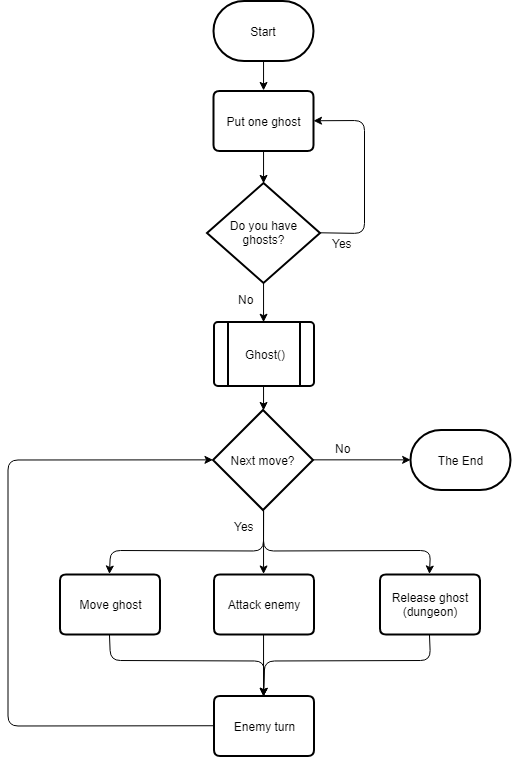
DianaNoia/18Ghosts keeps this draw.io diagram as Fluxo.png. Above is the earlier version. Source tidied: cells renumbered, new cells last; positions are measured from the earlier drawing's top-left corner, leaving out a move shared by most shapes.
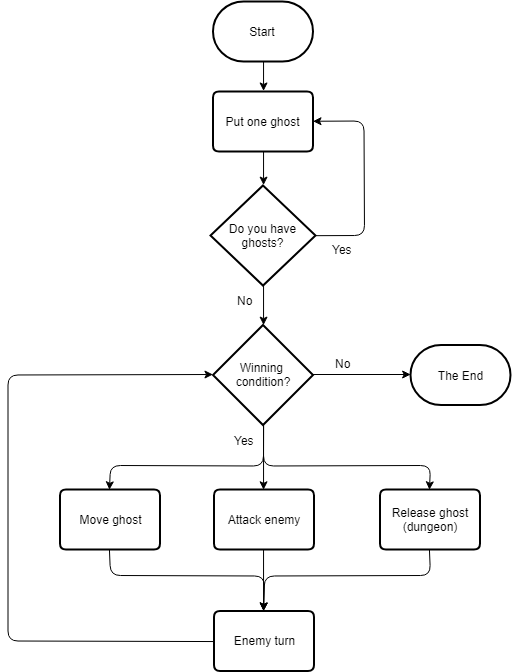
The same diagram one commit later.

Diff of the diagram source:
```diff
@@ -3,20 +3,17 @@
     <mxCell id="0" />
     <mxCell id="1" parent="0" />
     <mxCell id="2" value="Start" style="strokeWidth=2;html=1;shape=mxgraph.flowchart.terminator;whiteSpace=wrap;" parent="1" vertex="1">
-      <mxGeometry x="205" y="-0.5" width="100" height="60" as="geometry" />
+      <mxGeometry x="204.5" y="85" width="100" height="60" as="geometry" />
     </mxCell>
     <mxCell id="3" value="Do you have ghosts?" style="strokeWidth=2;html=1;shape=mxgraph.flowchart.decision;whiteSpace=wrap;" parent="1" vertex="1">
-      <mxGeometry x="198.5" y="181.5" width="113" height="100" as="geometry" />
+      <mxGeometry x="202" y="269" width="105" height="100" as="geometry" />
     </mxCell>
     <mxCell id="4" style="endArrow=classic;html=1;entryX=0.5;entryY=0;entryDx=0;entryDy=0;entryPerimeter=0;exitX=0.5;exitY=1;exitDx=0;exitDy=0;" parent="1" edge="1" source="23" target="3">
       <mxGeometry relative="1" as="geometry" />
     </mxCell>
     <mxCell id="5" value="Yes" style="text;html=1;align=center;verticalAlign=middle;spacingTop=-4;labelPosition=center;verticalLabelPosition=middle;" parent="1" vertex="1">
-      <mxGeometry x="318.5" y="233.5" width="30" height="20" as="geometry" />
+      <mxGeometry x="318" y="325" width="30" height="20" as="geometry" />
     </mxCell>
-    <mxCell id="6" value="Ghost()" style="verticalLabelPosition=middle;verticalAlign=middle;html=1;strokeWidth=2;shape=process;whiteSpace=wrap;rounded=1;size=0.14;arcSize=6;gradientColor=none;labelPosition=center;align=center;" parent="1" vertex="1">
-      <mxGeometry x="205.5" y="320.5" width="100" height="64" as="geometry" />
-    </mxCell>
     <mxCell id="7" style="endArrow=classic;html=1;entryX=0.5;entryY=0;entryDx=0;entryDy=0;exitX=0.5;exitY=1;exitDx=0;exitDy=0;exitPerimeter=0;" parent="1" edge="1" source="11" target="24">
       <mxGeometry relative="1" as="geometry" />
     </mxCell>
@@ -36,10 +33,7 @@
         </Array>
       </mxGeometry>
     </mxCell>
-    <mxCell id="10" style="endArrow=classic;html=1;entryX=0.5;entryY=0;entryDx=0;entryDy=0;entryPerimeter=0;exitX=0.5;exitY=1;exitDx=0;exitDy=0;" parent="1" edge="1" source="6" target="11">
-      <mxGeometry relative="1" as="geometry" />
-    </mxCell>
-    <mxCell id="11" value="Next move?" style="strokeWidth=2;html=1;shape=mxgraph.flowchart.decision;whiteSpace=wrap;gradientColor=none;" parent="1" vertex="1">
+    <mxCell id="11" value="Winning &lt;br&gt;condition?" style="strokeWidth=2;html=1;shape=mxgraph.flowchart.decision;whiteSpace=wrap;gradientColor=none;" parent="1" vertex="1">
       <mxGeometry x="204.5" y="408.5" width="100" height="100" as="geometry" />
     </mxCell>
     <mxCell id="12" style="endArrow=classic;html=1;exitX=0.5;exitY=1;exitDx=0;exitDy=0;entryX=0.5;entryY=0;entryDx=0;entryDy=0;" parent="1" edge="1" source="24" target="26">
@@ -73,11 +67,11 @@
     <mxCell id="18" value="The End" style="strokeWidth=2;html=1;shape=mxgraph.flowchart.terminator;whiteSpace=wrap;gradientColor=none;" parent="1" vertex="1">
       <mxGeometry x="402" y="428.5" width="100" height="60" as="geometry" />
     </mxCell>
-    <mxCell id="19" style="endArrow=classic;html=1;entryX=0.5;entryY=0;entryDx=0;entryDy=0;exitX=0.5;exitY=1;exitDx=0;exitDy=0;exitPerimeter=0;" parent="1" edge="1" source="3" target="6">
+    <mxCell id="19" style="endArrow=classic;html=1;exitX=0.5;exitY=1;exitDx=0;exitDy=0;exitPerimeter=0;entryX=0.5;entryY=0;entryDx=0;entryDy=0;entryPerimeter=0;" parent="1" edge="1" source="3" target="11">
       <mxGeometry relative="1" as="geometry" />
     </mxCell>
     <mxCell id="20" value="No" style="text;html=1;align=center;verticalAlign=middle;spacingTop=-4;labelPosition=center;verticalLabelPosition=middle;" parent="1" vertex="1">
-      <mxGeometry x="222.5" y="290" width="30" height="20" as="geometry" />
+      <mxGeometry x="222" y="375.5" width="30" height="20" as="geometry" />
     </mxCell>
     <mxCell id="21" style="endArrow=classic;html=1;exitX=0.5;exitY=1;exitDx=0;exitDy=0;exitPerimeter=0;entryX=0.5;entryY=0;entryDx=0;entryDy=0;" parent="1" edge="1" source="2" target="23">
       <mxGeometry relative="1" as="geometry" />
@@ -85,13 +79,13 @@
     <mxCell id="22" style="endArrow=classic;html=1;exitX=1;exitY=0.5;exitDx=0;exitDy=0;exitPerimeter=0;" parent="1" edge="1" source="3" target="23">
       <mxGeometry relative="1" as="geometry">
         <Array as="points">
-          <mxPoint x="356" y="232" />
-          <mxPoint x="356" y="119" />
+          <mxPoint x="356" y="319" />
+          <mxPoint x="355.5" y="204.5" />
         </Array>
       </mxGeometry>
     </mxCell>
     <mxCell id="23" value="Put one ghost&lt;br&gt;" style="verticalLabelPosition=middle;verticalAlign=middle;html=1;strokeWidth=2;shape=parallelogram;perimeter=parallelogramPerimeter;whiteSpace=wrap;rounded=1;arcSize=12;size=0;gradientColor=none;labelPosition=center;align=center;" parent="1" vertex="1">
-      <mxGeometry x="205" y="89.5" width="100" height="60" as="geometry" />
+      <mxGeometry x="204.5" y="175" width="100" height="60" as="geometry" />
     </mxCell>
     <mxCell id="24" value="Attack enemy&lt;br&gt;" style="verticalLabelPosition=middle;verticalAlign=middle;html=1;strokeWidth=2;shape=parallelogram;perimeter=parallelogramPerimeter;whiteSpace=wrap;rounded=1;arcSize=12;size=0;gradientColor=none;labelPosition=center;align=center;" parent="1" vertex="1">
       <mxGeometry x="205.5" y="573" width="100" height="60" as="geometry" />
```
